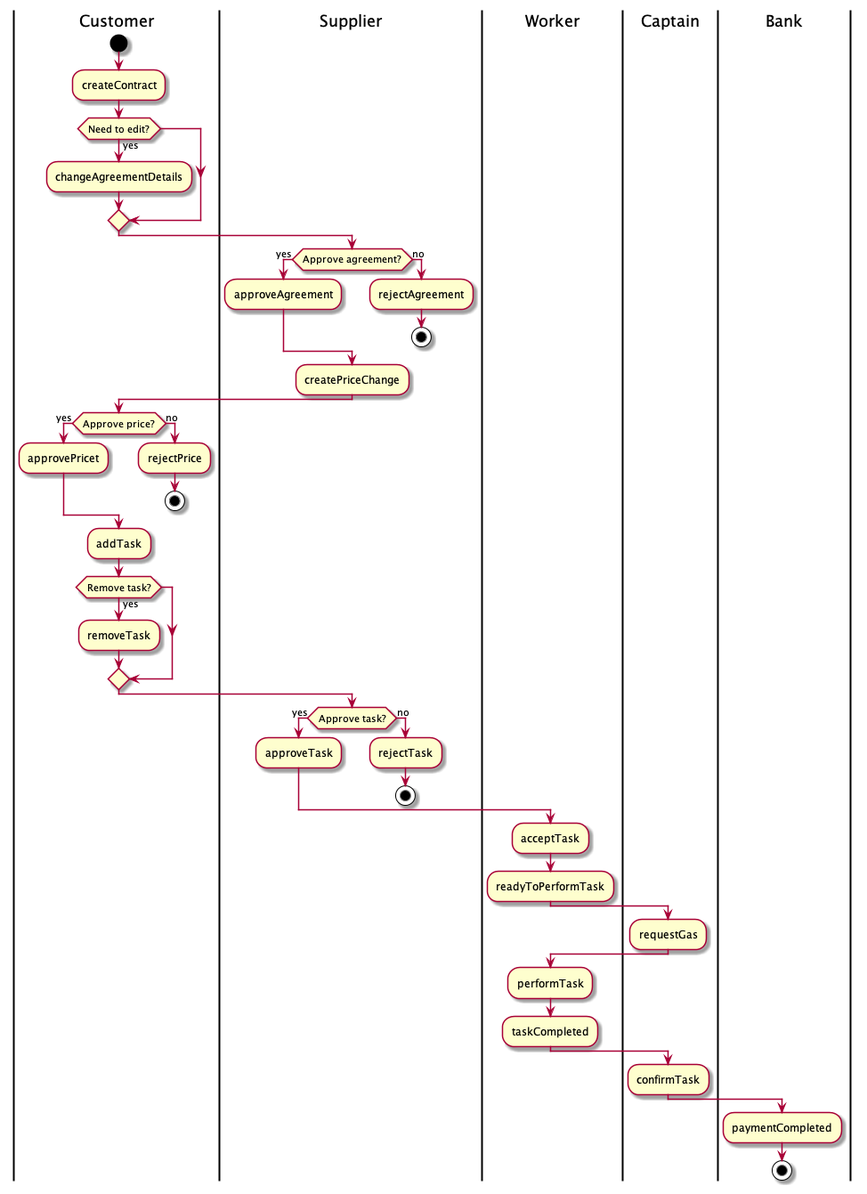
Above: docs/workflow.png in euler-hack/blockchain-hack-test-stage (PlantUML), before the change.
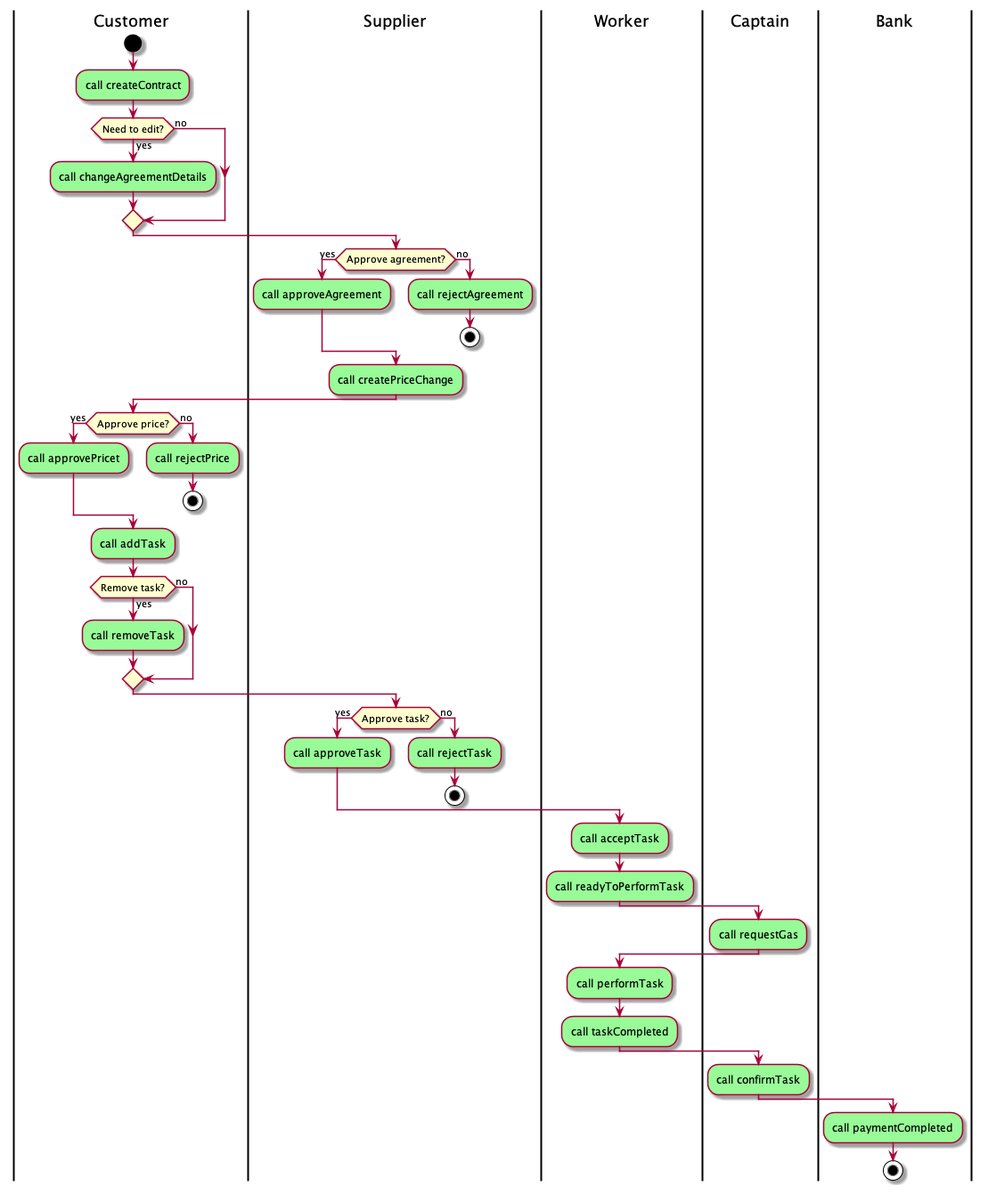
After the commit.

Commit message:
Added green color for method calls.

Diff of the diagram source:
```diff
@@ -2,52 +2,54 @@
 |Customer|
 start
 |Customer|
-:createContract;
+#palegreen:call createContract;
 if (Need to edit?) then (yes)
-    :changeAgreementDetails;
+    #palegreen:call changeAgreementDetails;
+else (no)
 endif
 |Supplier|
 if (Approve agreement?) then (yes)
-  :approveAgreement;
+  #palegreen:call approveAgreement;
 else (no)
-  :rejectAgreement;
+  #palegreen:call rejectAgreement;
   stop
 endif
 |Supplier|
-:createPriceChange;
+#palegreen:call createPriceChange;
 |Customer|
 if (Approve price?) then (yes)
-  :approvePricet;
+  #palegreen:call approvePricet;
 else (no)
-  :rejectPrice;
+  #palegreen:call rejectPrice;
   stop
 endif
 |Customer|
-:addTask;
+#palegreen:call addTask;
 |Customer|
 if (Remove task?) then (yes)
-:removeTask;
+#palegreen:call removeTask;
+else (no)
 endif
 |Supplier|
 if (Approve task?) then (yes)
-  :approveTask;
+  #palegreen:call approveTask;
 else (no)
-  :rejectTask;
+  #palegreen:call rejectTask;
   stop
 endif
 |Worker|
-:acceptTask;
+#palegreen:call acceptTask;
 |Worker|
-:readyToPerformTask;
+#palegreen:call readyToPerformTask;
 |Captain|
-:requestGas;
+#palegreen:call requestGas;
 |Worker|
-:performTask;
+#palegreen:call performTask;
 |Worker|
-:taskCompleted;
+#palegreen:call taskCompleted;
 |Captain|
-:confirmTask;
+#palegreen:call confirmTask;
 |Bank|
-:paymentCompleted;
+#palegreen:call paymentCompleted;
 stop
 @enduml
```
